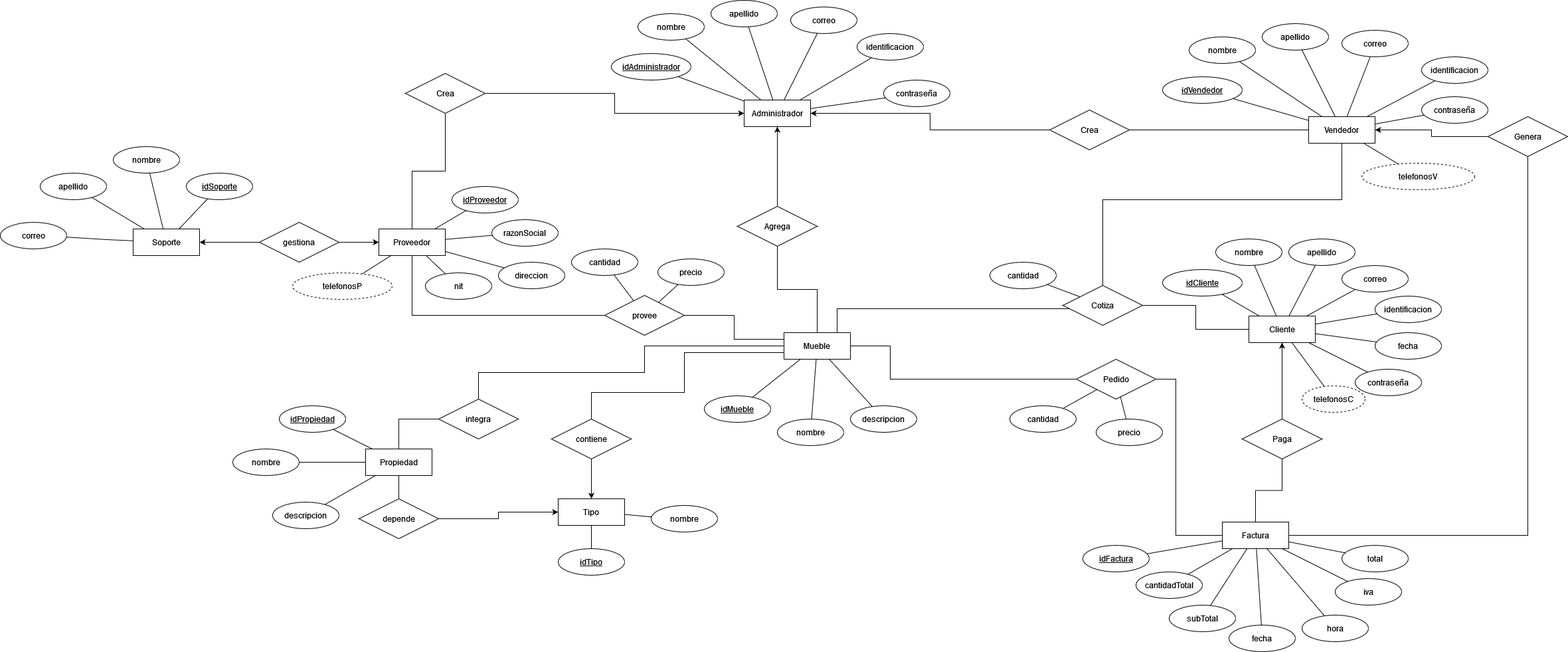
The draw.io diagram esquemas/Diagrama ER.png in EdwardGCB/PRONTOMUEBLE, before a commit. Source tidied: cells renumbered, new cells last; positions are measured from the earlier drawing's top-left corner, leaving out a move shared by most shapes.
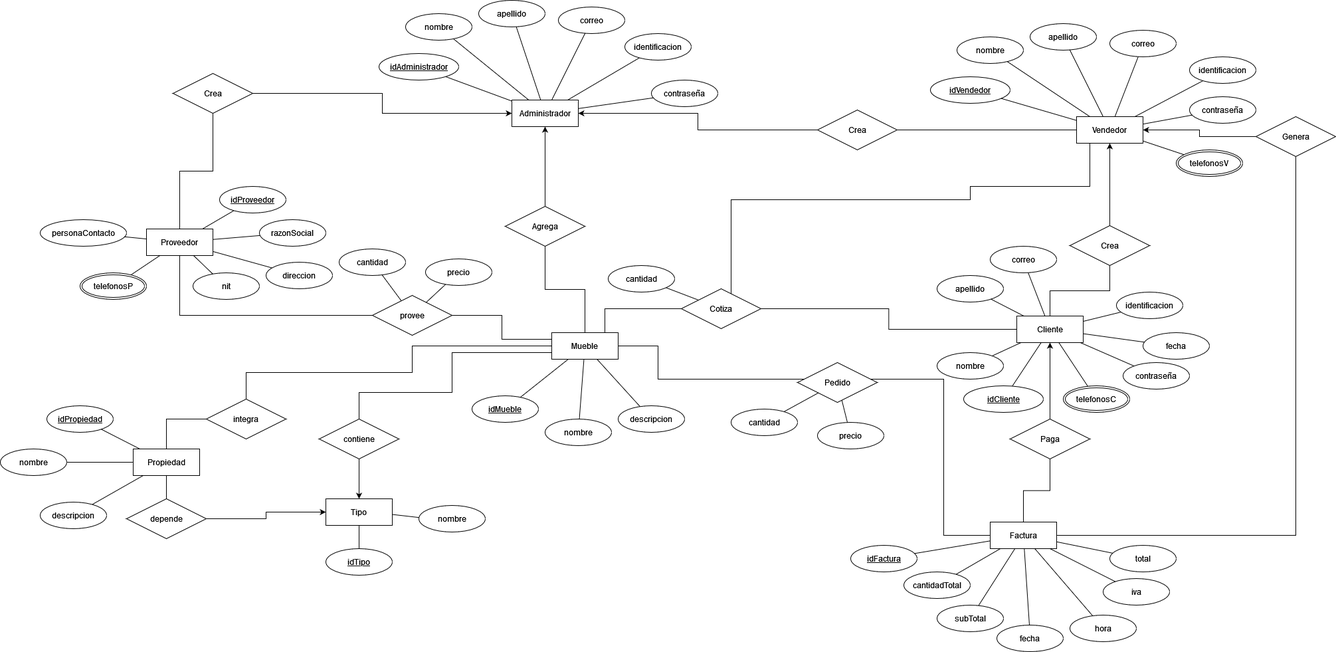
The same diagram one commit later.

Diff of the diagram source:
```diff
@@ -2,9 +2,6 @@
   <root>
     <mxCell id="0" />
     <mxCell id="1" parent="0" />
-    <mxCell id="2" style="edgeStyle=orthogonalEdgeStyle;rounded=0;jettySize=auto;html=1;endArrow=none;endFill=0;startArrow=classic;startFill=1;" parent="1" edge="1" source="3" target="46">
-      <mxGeometry relative="1" as="geometry" />
-    </mxCell>
     <mxCell id="3" value="Proveedor" style="whiteSpace=wrap;html=1;align=center;" parent="1" vertex="1">
       <mxGeometry x="570" y="344" width="100" height="40" as="geometry" />
     </mxCell>
@@ -106,11 +103,13 @@
       <mxGeometry x="1840" y="785" width="100" height="40" as="geometry" />
     </mxCell>
     <mxCell id="26" value="Pedido" style="shape=rhombus;perimeter=rhombusPerimeter;whiteSpace=wrap;html=1;align=center;" parent="1" vertex="1">
-      <mxGeometry x="1620" y="540" width="120" height="60" as="geometry" />
+      <mxGeometry x="1550" y="545" width="120" height="60" as="geometry" />
     </mxCell>
     <mxCell id="27" style="edgeStyle=orthogonalEdgeStyle;rounded=0;jettySize=auto;html=1;endArrow=none;endFill=0;" parent="1" edge="1" source="28" target="33">
       <mxGeometry relative="1" as="geometry">
         <Array as="points">
+          <mxPoint x="1990" y="280" />
+          <mxPoint x="1810" y="280" />
           <mxPoint x="1810" y="300" />
           <mxPoint x="1450" y="300" />
         </Array>
@@ -132,7 +131,7 @@
       <mxGeometry x="610" y="110" width="120" height="60" as="geometry" />
     </mxCell>
     <mxCell id="33" value="Cotiza" style="shape=rhombus;perimeter=rhombusPerimeter;whiteSpace=wrap;html=1;align=center;" parent="1" vertex="1">
-      <mxGeometry x="1600" y="429" width="120" height="60" as="geometry" />
+      <mxGeometry x="1375" y="434" width="120" height="60" as="geometry" />
     </mxCell>
     <mxCell id="34" style="edgeStyle=orthogonalEdgeStyle;rounded=0;jettySize=auto;html=1;entryX=1;entryY=0.5;entryDx=0;entryDy=0;" parent="1" edge="1" source="35" target="28">
       <mxGeometry relative="1" as="geometry" />
@@ -143,6 +142,9 @@
     <mxCell id="36" style="edgeStyle=orthogonalEdgeStyle;rounded=0;jettySize=auto;html=1;endArrow=none;endFill=0;" parent="1" edge="1" source="37" target="33">
       <mxGeometry relative="1" as="geometry" />
     </mxCell>
+    <mxCell id="148" style="edgeStyle=orthogonalEdgeStyle;rounded=0;jettySize=auto;html=1;endArrow=none;endFill=0;" parent="1" edge="1" source="37" target="150">
+      <mxGeometry relative="1" as="geometry" />
+    </mxCell>
     <mxCell id="37" value="Cliente" style="whiteSpace=wrap;html=1;align=center;" parent="1" vertex="1">
       <mxGeometry x="1880" y="475" width="100" height="40" as="geometry" />
     </mxCell>
@@ -167,43 +169,9 @@
     <mxCell id="44" value="depende" style="shape=rhombus;perimeter=rhombusPerimeter;whiteSpace=wrap;html=1;align=center;" parent="1" vertex="1">
       <mxGeometry x="540" y="750" width="120" height="60" as="geometry" />
     </mxCell>
-    <mxCell id="45" style="edgeStyle=orthogonalEdgeStyle;rounded=0;jettySize=auto;html=1;" parent="1" edge="1" source="46" target="47">
-      <mxGeometry relative="1" as="geometry" />
-    </mxCell>
-    <mxCell id="46" value="gestiona" style="shape=rhombus;perimeter=rhombusPerimeter;whiteSpace=wrap;html=1;align=center;" parent="1" vertex="1">
-      <mxGeometry x="390" y="334" width="120" height="60" as="geometry" />
-    </mxCell>
-    <mxCell id="47" value="Soporte" style="whiteSpace=wrap;html=1;align=center;" parent="1" vertex="1">
-      <mxGeometry x="200" y="344" width="100" height="40" as="geometry" />
-    </mxCell>
-    <mxCell id="48" value="idSoporte" style="ellipse;whiteSpace=wrap;html=1;align=center;fontStyle=4;" parent="1" vertex="1">
-      <mxGeometry x="280" y="260" width="100" height="40" as="geometry" />
-    </mxCell>
-    <mxCell id="49" value="&lt;div&gt;nombre&lt;/div&gt;" style="ellipse;whiteSpace=wrap;html=1;align=center;" parent="1" vertex="1">
-      <mxGeometry x="170" y="220" width="100" height="40" as="geometry" />
-    </mxCell>
-    <mxCell id="50" value="&lt;div&gt;apellido&lt;/div&gt;" style="ellipse;whiteSpace=wrap;html=1;align=center;" parent="1" vertex="1">
-      <mxGeometry x="60" y="260" width="100" height="40" as="geometry" />
-    </mxCell>
-    <mxCell id="51" value="correo" style="ellipse;whiteSpace=wrap;html=1;align=center;" parent="1" vertex="1">
-      <mxGeometry y="334" width="100" height="40" as="geometry" />
+    <mxCell id="51" value="personaContacto" style="ellipse;whiteSpace=wrap;html=1;align=center;" parent="1" vertex="1">
+      <mxGeometry x="410" y="330" width="130" height="40" as="geometry" />
     </mxCell>
-    <mxCell id="52" style="endArrow=none;html=1;rounded=0;" parent="1" edge="1" source="51" target="47">
-      <mxGeometry relative="1" as="geometry">
-        <Array as="points">
-          <mxPoint x="160" y="360" />
-        </Array>
-      </mxGeometry>
-    </mxCell>
-    <mxCell id="53" style="endArrow=none;html=1;rounded=0;" parent="1" edge="1" source="50" target="47">
-      <mxGeometry relative="1" as="geometry" />
-    </mxCell>
-    <mxCell id="54" style="endArrow=none;html=1;rounded=0;" parent="1" edge="1" source="49" target="47">
-      <mxGeometry relative="1" as="geometry" />
-    </mxCell>
-    <mxCell id="55" style="endArrow=none;html=1;rounded=0;" parent="1" edge="1" source="48" target="47">
-      <mxGeometry relative="1" as="geometry" />
-    </mxCell>
     <mxCell id="56" value="idProveedor" style="ellipse;whiteSpace=wrap;html=1;align=center;fontStyle=4;" parent="1" vertex="1">
       <mxGeometry x="680" y="280" width="100" height="40" as="geometry" />
     </mxCell>
@@ -228,9 +196,6 @@
     <mxCell id="63" style="endArrow=none;html=1;rounded=0;" parent="1" edge="1" source="3" target="62">
       <mxGeometry relative="1" as="geometry" />
     </mxCell>
-    <mxCell id="64" value="telefonosP" style="ellipse;whiteSpace=wrap;html=1;align=center;dashed=1;" parent="1" vertex="1">
-      <mxGeometry x="440" y="410" width="150" height="40" as="geometry" />
-    </mxCell>
     <mxCell id="65" style="endArrow=none;html=1;rounded=0;" parent="1" edge="1" source="3" target="64">
       <mxGeometry relative="1" as="geometry" />
     </mxCell>
@@ -279,9 +244,6 @@
     <mxCell id="80" value="contraseña" style="ellipse;whiteSpace=wrap;html=1;align=center;" parent="1" vertex="1">
       <mxGeometry x="2140" y="145" width="100" height="40" as="geometry" />
     </mxCell>
-    <mxCell id="81" value="telefonosV" style="ellipse;whiteSpace=wrap;html=1;align=center;dashed=1;" parent="1" vertex="1">
-      <mxGeometry x="2050" y="245" width="170" height="40" as="geometry" />
-    </mxCell>
     <mxCell id="82" style="endArrow=none;html=1;rounded=0;" parent="1" edge="1" source="76" target="28">
       <mxGeometry relative="1" as="geometry" />
     </mxCell>
@@ -343,32 +305,29 @@
       <mxGeometry relative="1" as="geometry" />
     </mxCell>
     <mxCell id="102" value="cantidad" style="ellipse;whiteSpace=wrap;html=1;align=center;" parent="1" vertex="1">
-      <mxGeometry x="1490" y="394" width="100" height="40" as="geometry" />
+      <mxGeometry x="1265" y="399" width="100" height="40" as="geometry" />
     </mxCell>
     <mxCell id="103" style="endArrow=none;html=1;rounded=0;" parent="1" edge="1" source="33" target="102">
       <mxGeometry relative="1" as="geometry" />
     </mxCell>
     <mxCell id="104" value="idCliente" style="ellipse;whiteSpace=wrap;html=1;align=center;fontStyle=4;" parent="1" vertex="1">
-      <mxGeometry x="1750" y="405" width="120" height="40" as="geometry" />
+      <mxGeometry x="1800" y="580" width="120" height="40" as="geometry" />
     </mxCell>
     <mxCell id="105" value="&lt;div&gt;nombre&lt;/div&gt;" style="ellipse;whiteSpace=wrap;html=1;align=center;" parent="1" vertex="1">
-      <mxGeometry x="1830" y="359" width="100" height="40" as="geometry" />
+      <mxGeometry x="1760" y="530" width="100" height="40" as="geometry" />
     </mxCell>
     <mxCell id="106" value="apellido" style="ellipse;whiteSpace=wrap;html=1;align=center;" parent="1" vertex="1">
-      <mxGeometry x="1940" y="359" width="100" height="40" as="geometry" />
+      <mxGeometry x="1760" y="414" width="100" height="40" as="geometry" />
     </mxCell>
     <mxCell id="107" value="correo" style="ellipse;whiteSpace=wrap;html=1;align=center;" parent="1" vertex="1">
-      <mxGeometry x="2020" y="399" width="100" height="40" as="geometry" />
+      <mxGeometry x="1840" y="370" width="100" height="40" as="geometry" />
     </mxCell>
     <mxCell id="108" value="identificacion" style="ellipse;whiteSpace=wrap;html=1;align=center;" parent="1" vertex="1">
-      <mxGeometry x="2070" y="445" width="100" height="40" as="geometry" />
+      <mxGeometry x="2030" y="439" width="100" height="40" as="geometry" />
     </mxCell>
     <mxCell id="109" value="contraseña" style="ellipse;whiteSpace=wrap;html=1;align=center;" parent="1" vertex="1">
-      <mxGeometry x="2040" y="555" width="100" height="40" as="geometry" />
+      <mxGeometry x="2040" y="545" width="100" height="40" as="geometry" />
     </mxCell>
-    <mxCell id="110" value="telefonosC" style="ellipse;whiteSpace=wrap;html=1;align=center;dashed=1;" parent="1" vertex="1">
-      <mxGeometry x="1960" y="580" width="95" height="40" as="geometry" />
-    </mxCell>
     <mxCell id="111" style="endArrow=none;html=1;rounded=0;" parent="1" edge="1" source="104" target="37">
       <mxGeometry relative="1" as="geometry" />
     </mxCell>
@@ -421,10 +380,10 @@
       <mxGeometry relative="1" as="geometry" />
     </mxCell>
     <mxCell id="128" value="cantidad" style="ellipse;whiteSpace=wrap;html=1;align=center;" parent="1" vertex="1">
-      <mxGeometry x="1520" y="610" width="100" height="40" as="geometry" />
+      <mxGeometry x="1450" y="615" width="100" height="40" as="geometry" />
     </mxCell>
     <mxCell id="129" value="precio" style="ellipse;whiteSpace=wrap;html=1;align=center;" parent="1" vertex="1">
-      <mxGeometry x="1650" y="630" width="100" height="40" as="geometry" />
+      <mxGeometry x="1580" y="635" width="100" height="40" as="geometry" />
     </mxCell>
     <mxCell id="130" style="endArrow=none;html=1;rounded=0;" parent="1" edge="1" source="128" target="26">
       <mxGeometry relative="1" as="geometry" />
@@ -480,5 +439,23 @@
     <mxCell id="147" style="endArrow=none;html=1;rounded=0;" parent="1" edge="1" source="146" target="37">
       <mxGeometry relative="1" as="geometry" />
     </mxCell>
+    <mxCell id="149" style="edgeStyle=orthogonalEdgeStyle;rounded=0;jettySize=auto;html=1;entryX=0.5;entryY=1;entryDx=0;entryDy=0;" parent="1" edge="1" source="150" target="28">
+      <mxGeometry relative="1" as="geometry" />
+    </mxCell>
+    <mxCell id="150" value="Crea" style="shape=rhombus;perimeter=rhombusPerimeter;whiteSpace=wrap;html=1;align=center;" parent="1" vertex="1">
+      <mxGeometry x="1960" y="339" width="120" height="60" as="geometry" />
+    </mxCell>
+    <mxCell id="81" value="telefonosV" style="ellipse;shape=doubleEllipse;margin=3;whiteSpace=wrap;html=1;align=center;" parent="1" vertex="1">
+      <mxGeometry x="2120" y="225" width="100" height="40" as="geometry" />
+    </mxCell>
+    <mxCell id="110" value="telefonosC" style="ellipse;shape=doubleEllipse;margin=3;whiteSpace=wrap;html=1;align=center;" parent="1" vertex="1">
+      <mxGeometry x="1950" y="580" width="100" height="40" as="geometry" />
+    </mxCell>
+    <mxCell id="64" value="telefonosP" style="ellipse;shape=doubleEllipse;margin=3;whiteSpace=wrap;html=1;align=center;" parent="1" vertex="1">
+      <mxGeometry x="470" y="410" width="100" height="40" as="geometry" />
+    </mxCell>
+    <mxCell id="151" style="endArrow=none;html=1;rounded=0;" parent="1" edge="1" source="3" target="51">
+      <mxGeometry relative="1" as="geometry" />
+    </mxCell>
   </root>
 </mxGraphModel>
```
